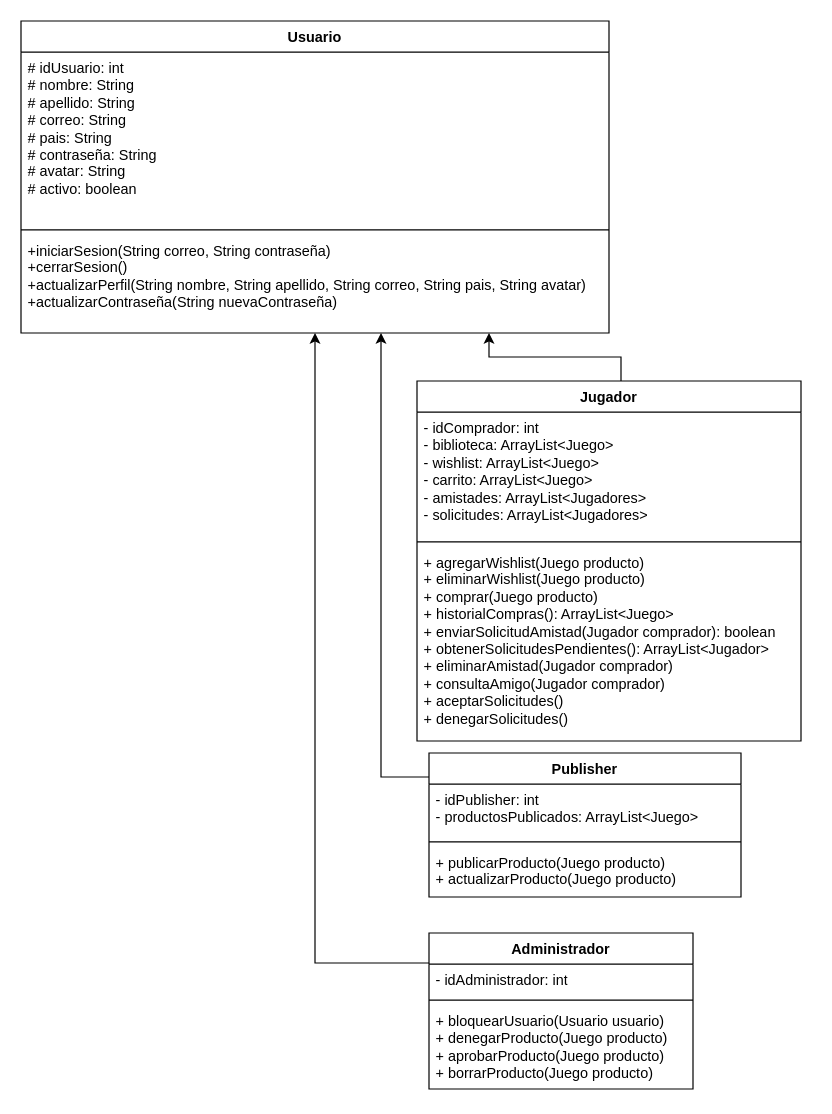
This is page "Página-1" (1 of 2) of diagramaClases.drawio from mauriloopezb17/WASD, a draw.io file, before an edit. Source tidied: cells renumbered, new cells numbered last; positions are measured from the earlier drawing's top-left corner, leaving out a move shared by most shapes. Both pictures are drawn from the tidied source at 120%, with x=0, y=0 at pixel (20, 20).
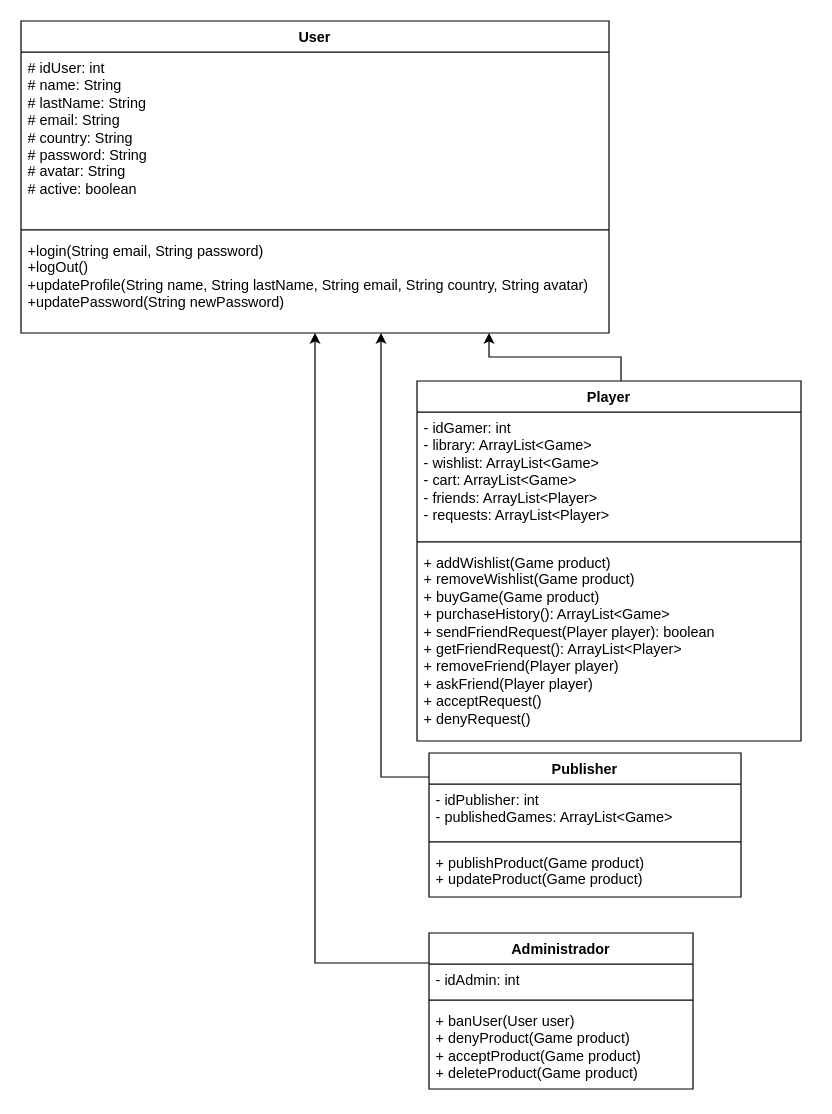
The same diagram, later.

The change refers to these unchanged cells:
```xml
<mxCell id="13" value="Publisher" style="swimlane;fontStyle=1;align=center;verticalAlign=top;horizontal=1;startSize=26;whiteSpace=wrap;html=1;" parent="1" vertex="1">
  <mxGeometry x="340" y="610" width="260" height="120" as="geometry" />
</mxCell>
<mxCell id="18" value="Administrador" style="swimlane;fontStyle=1;align=center;verticalAlign=top;horizontal=1;startSize=26;whiteSpace=wrap;html=1;" parent="1" vertex="1">
  <mxGeometry x="340" y="760" width="220" height="130" as="geometry" />
</mxCell>
```

What changed in the source:
```diff
@@
-    <mxCell id="3" value="Jugador" style="swimlane;fontStyle=1;align=center;verticalAlign=top;horizontal=1;startSize=26;whiteSpace=wrap;html=1;" parent="1" vertex="1">
+    <mxCell id="3" value="Player" style="swimlane;fontStyle=1;align=center;verticalAlign=top;horizontal=1;startSize=26;whiteSpace=wrap;html=1;" parent="1" vertex="1">
       <mxGeometry x="330" y="300" width="320" height="300" as="geometry" />
     </mxCell>
-    <mxCell id="4" value="- idComprador: int&lt;div&gt;- biblioteca: ArrayList&amp;lt;Juego&amp;gt;&lt;div&gt;- wishlist: ArrayList&amp;lt;Juego&amp;gt;&lt;/div&gt;&lt;/div&gt;&lt;div&gt;- carrito: ArrayList&amp;lt;Juego&amp;gt;&lt;/div&gt;&lt;div&gt;- amistades: ArrayList&amp;lt;Jugadores&amp;gt;&lt;/div&gt;&lt;div&gt;- solicitudes: ArrayList&amp;lt;Jugadores&amp;gt;&lt;/div&gt;&lt;div&gt;&lt;br&gt;&lt;/div&gt;&lt;div&gt;&lt;br&gt;&lt;/div&gt;" style="text;strokeColor=none;fillColor=none;align=left;verticalAlign=top;spacingLeft=4;spacingRight=4;overflow=hidden;whiteSpace=wrap;html=1;" parent="3" vertex="1">
+    <mxCell id="4" value="- idGamer: int&lt;div&gt;- library: ArrayList&amp;lt;Game&amp;gt;&lt;div&gt;- wishlist: ArrayList&amp;lt;Game&amp;gt;&lt;/div&gt;&lt;/div&gt;&lt;div&gt;- cart: ArrayList&amp;lt;Game&amp;gt;&lt;/div&gt;&lt;div&gt;- friends: ArrayList&amp;lt;Player&amp;gt;&lt;/div&gt;&lt;div&gt;- requests: ArrayList&amp;lt;Player&amp;gt;&lt;/div&gt;&lt;div&gt;&lt;br&gt;&lt;/div&gt;&lt;div&gt;&lt;br&gt;&lt;/div&gt;" style="text;strokeColor=none;fillColor=none;align=left;verticalAlign=top;spacingLeft=4;spacingRight=4;overflow=hidden;whiteSpace=wrap;html=1;" parent="3" vertex="1">
       <mxGeometry y="26" width="320" height="104" as="geometry" />
     </mxCell>
@@
-    <mxCell id="6" value="+ agregarWishlist&lt;span style=&quot;background-color: transparent; color: light-dark(rgb(0, 0, 0), rgb(255, 255, 255));&quot;&gt;(Juego producto)&lt;/span&gt;&lt;div&gt;&lt;div&gt;+ eliminarWishlist(Juego producto)&lt;/div&gt;&lt;div&gt;+ comprar(Juego producto)&lt;/div&gt;&lt;div&gt;+ historialCompras(): ArrayList&amp;lt;Juego&amp;gt;&lt;/div&gt;&lt;div&gt;+ enviarSolicitudAmistad(Jugador comprador): boolean&lt;/div&gt;&lt;div&gt;+ obtenerSolicitudesPendientes(): ArrayList&amp;lt;Jugador&amp;gt;&lt;/div&gt;&lt;div&gt;+ eliminarAmistad(Jugador comprador)&lt;/div&gt;&lt;div&gt;+ consultaAmigo(Jugador comprador)&lt;/div&gt;&lt;/div&gt;&lt;div&gt;+ aceptarSolicitudes()&lt;/div&gt;&lt;div&gt;+ denegarSolicitudes()&lt;/div&gt;&lt;div&gt;&lt;br&gt;&lt;/div&gt;" style="text;strokeColor=none;fillColor=none;align=left;verticalAlign=top;spacingLeft=4;spacingRight=4;overflow=hidden;points=[[0,0.5],[1,0.5]];portConstraint=eastwest;whiteSpace=wrap;html=1;" parent="3" vertex="1">
+    <mxCell id="6" value="+ addWishlist&lt;span style=&quot;background-color: transparent; color: light-dark(rgb(0, 0, 0), rgb(255, 255, 255));&quot;&gt;(Game product)&lt;/span&gt;&lt;div&gt;&lt;div&gt;+ removeWishlist(Game product)&lt;/div&gt;&lt;div&gt;+ buyGame(Game product)&lt;/div&gt;&lt;div&gt;+ purchaseHistory(): ArrayList&amp;lt;Game&amp;gt;&lt;/div&gt;&lt;div&gt;+ sendFriendRequest(Player player): boolean&lt;/div&gt;&lt;div&gt;+ getFriendRequest(): ArrayList&amp;lt;Player&amp;gt;&lt;/div&gt;&lt;div&gt;+ removeFriend(Player player)&lt;/div&gt;&lt;div&gt;+ askFriend(Player player)&lt;/div&gt;&lt;/div&gt;&lt;div&gt;+ acceptRequest()&lt;/div&gt;&lt;div&gt;+ denyRequest()&lt;/div&gt;&lt;div&gt;&lt;br&gt;&lt;/div&gt;" style="text;strokeColor=none;fillColor=none;align=left;verticalAlign=top;spacingLeft=4;spacingRight=4;overflow=hidden;points=[[0,0.5],[1,0.5]];portConstraint=eastwest;whiteSpace=wrap;html=1;" parent="3" vertex="1">
       <mxGeometry y="138" width="320" height="162" as="geometry" />
     </mxCell>
@@
-    <mxCell id="8" value="Usuario&lt;br&gt;&lt;div&gt;&lt;br&gt;&lt;/div&gt;" style="swimlane;fontStyle=1;align=center;verticalAlign=top;horizontal=1;startSize=26;whiteSpace=wrap;html=1;" parent="1" vertex="1">
+    <mxCell id="8" value="&lt;div&gt;User&lt;/div&gt;" style="swimlane;fontStyle=1;align=center;verticalAlign=top;horizontal=1;startSize=26;whiteSpace=wrap;html=1;" parent="1" vertex="1">
       <mxGeometry width="490" height="260" as="geometry" />
     </mxCell>
-    <mxCell id="9" value="# idUsuario: int&amp;nbsp;&lt;div&gt;# nombre: String&lt;div&gt;# apellido: String&lt;/div&gt;&lt;div&gt;# correo: String&lt;/div&gt;&lt;div&gt;# pais: String&lt;/div&gt;&lt;div&gt;# contraseña: String&lt;/div&gt;&lt;div&gt;# avatar: String&lt;/div&gt;&lt;div&gt;# activo: boolean&lt;/div&gt;&lt;div&gt;&lt;div&gt;&lt;br&gt;&lt;/div&gt;&lt;/div&gt;&lt;/div&gt;" style="text;strokeColor=none;fillColor=none;align=left;verticalAlign=top;spacingLeft=4;spacingRight=4;overflow=hidden;whiteSpace=wrap;html=1;" parent="8" vertex="1">
+    <mxCell id="9" value="# idUser: int&amp;nbsp;&lt;div&gt;# name: String&lt;div&gt;# lastName: String&lt;/div&gt;&lt;div&gt;# email: String&lt;/div&gt;&lt;div&gt;# country: String&lt;/div&gt;&lt;div&gt;# password: String&lt;/div&gt;&lt;div&gt;# avatar: String&lt;/div&gt;&lt;div&gt;# active: boolean&lt;/div&gt;&lt;div&gt;&lt;div&gt;&lt;br&gt;&lt;/div&gt;&lt;/div&gt;&lt;/div&gt;" style="text;strokeColor=none;fillColor=none;align=left;verticalAlign=top;spacingLeft=4;spacingRight=4;overflow=hidden;whiteSpace=wrap;html=1;" parent="8" vertex="1">
       <mxGeometry y="26" width="490" height="144" as="geometry" />
     </mxCell>
@@
-    <mxCell id="11" value="+iniciarSesion(String correo, String contraseña)&lt;div&gt;+cerrarSesion()&lt;/div&gt;&lt;div&gt;+actualizarPerfil(String nombre, String apellido, String correo, String pais, String avatar)&lt;/div&gt;&lt;div&gt;+actualizarContraseña(String nuevaContraseña)&lt;/div&gt;" style="text;strokeColor=none;fillColor=none;align=left;verticalAlign=top;spacingLeft=4;spacingRight=4;overflow=hidden;whiteSpace=wrap;html=1;" parent="8" vertex="1">
+    <mxCell id="11" value="+login(String email, String password)&lt;div&gt;+logOut()&lt;/div&gt;&lt;div&gt;+updateProfile(String name, String lastName, String email, String country, String avatar)&lt;/div&gt;&lt;div&gt;+updatePassword(String newPassword)&lt;/div&gt;" style="text;strokeColor=none;fillColor=none;align=left;verticalAlign=top;spacingLeft=4;spacingRight=4;overflow=hidden;whiteSpace=wrap;html=1;" parent="8" vertex="1">
       <mxGeometry y="178" width="490" height="82" as="geometry" />
     </mxCell>
@@
-    <mxCell id="14" value="- idPublisher: int&lt;div&gt;- productosPublicados: ArrayList&amp;lt;Juego&amp;gt;&lt;/div&gt;&lt;div&gt;&lt;div&gt;&amp;nbsp;&lt;/div&gt;&lt;/div&gt;" style="text;strokeColor=none;fillColor=none;align=left;verticalAlign=top;spacingLeft=4;spacingRight=4;overflow=hidden;whiteSpace=wrap;html=1;" parent="13" vertex="1">
+    <mxCell id="14" value="- idPublisher: int&lt;div&gt;- publishedGames: ArrayList&amp;lt;Game&amp;gt;&lt;/div&gt;&lt;div&gt;&lt;div&gt;&amp;nbsp;&lt;/div&gt;&lt;/div&gt;" style="text;strokeColor=none;fillColor=none;align=left;verticalAlign=top;spacingLeft=4;spacingRight=4;overflow=hidden;whiteSpace=wrap;html=1;" parent="13" vertex="1">
       <mxGeometry y="26" width="260" height="44" as="geometry" />
     </mxCell>
@@
-    <mxCell id="16" value="+ publicarProducto(Juego producto)&lt;div&gt;+ actualizarProducto(Juego producto)&lt;/div&gt;" style="text;strokeColor=none;fillColor=none;align=left;verticalAlign=top;spacingLeft=4;spacingRight=4;overflow=hidden;whiteSpace=wrap;html=1;" parent="13" vertex="1">
+    <mxCell id="16" value="+ publishProduct(Game product)&lt;div&gt;+ updateProduct(Game product)&lt;/div&gt;" style="text;strokeColor=none;fillColor=none;align=left;verticalAlign=top;spacingLeft=4;spacingRight=4;overflow=hidden;whiteSpace=wrap;html=1;" parent="13" vertex="1">
       <mxGeometry y="78" width="260" height="42" as="geometry" />
     </mxCell>
@@
-    <mxCell id="19" value="- idAdministrador: int" style="text;strokeColor=none;fillColor=none;align=left;verticalAlign=top;spacingLeft=4;spacingRight=4;overflow=hidden;whiteSpace=wrap;html=1;" parent="18" vertex="1">
+    <mxCell id="19" value="- idAdmin: int" style="text;strokeColor=none;fillColor=none;align=left;verticalAlign=top;spacingLeft=4;spacingRight=4;overflow=hidden;whiteSpace=wrap;html=1;" parent="18" vertex="1">
       <mxGeometry y="26" width="220" height="26" as="geometry" />
     </mxCell>
@@
-    <mxCell id="21" value="+ bloquearUsuario(Usuario usuario)&lt;div&gt;+ denegarProducto(Juego producto)&lt;/div&gt;&lt;div&gt;+ aprobarProducto(Juego producto)&lt;/div&gt;&lt;div&gt;+ borrarProducto(Juego&lt;span style=&quot;background-color: transparent; color: light-dark(rgb(0, 0, 0), rgb(255, 255, 255));&quot;&gt;&amp;nbsp;producto)&lt;/span&gt;&lt;/div&gt;&lt;div&gt;&lt;br&gt;&lt;/div&gt;" style="text;strokeColor=none;fillColor=none;align=left;verticalAlign=top;spacingLeft=4;spacingRight=4;overflow=hidden;whiteSpace=wrap;html=1;" parent="18" vertex="1">
+    <mxCell id="21" value="+ banUser(User user)&lt;div&gt;+ denyProduct(Game product)&lt;/div&gt;&lt;div&gt;+ acceptProduct(Game product)&lt;/div&gt;&lt;div&gt;+ deleteProduct(Game&lt;span style=&quot;background-color: transparent; color: light-dark(rgb(0, 0, 0), rgb(255, 255, 255));&quot;&gt;&amp;nbsp;product)&lt;/span&gt;&lt;/div&gt;&lt;div&gt;&lt;br&gt;&lt;/div&gt;" style="text;strokeColor=none;fillColor=none;align=left;verticalAlign=top;spacingLeft=4;spacingRight=4;overflow=hidden;whiteSpace=wrap;html=1;" parent="18" vertex="1">
       <mxGeometry y="60" width="220" height="70" as="geometry" />
     </mxCell>
```
